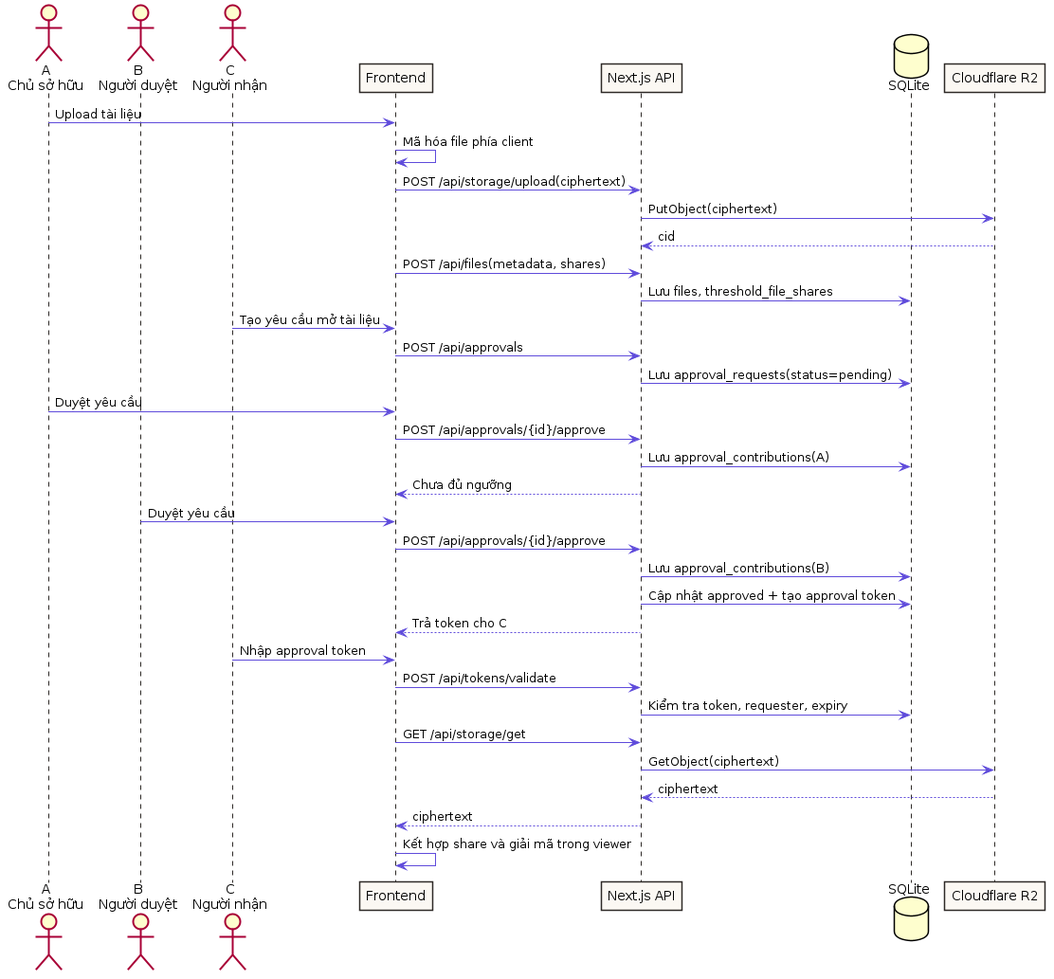
Before: report/report_latex/diagrams/approval-sequence.png, a diagram exported from PlantUML (Poicitaco/WEB3demo). Its source is kept beside it as report/report_latex/diagrams/approval-sequence.puml.
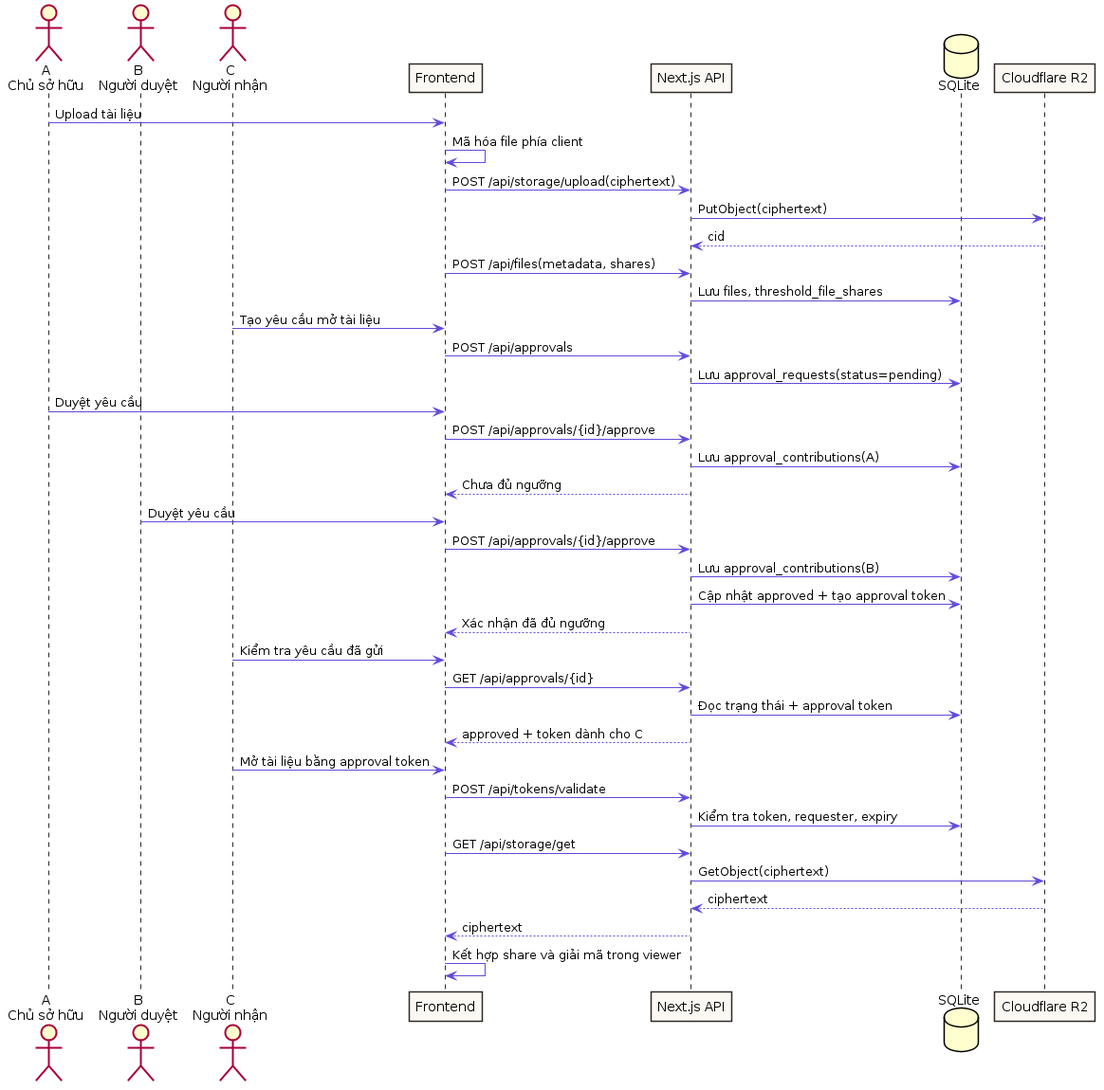
After the change.

Change to the diagram source:
```diff
@@ -37,9 +37,13 @@
 FE -> API : POST /api/approvals/{id}/approve
 API -> DB : Lưu approval_contributions(B)
 API -> DB : Cập nhật approved + tạo approval token
-API --> FE : Trả token cho C
+API --> FE : Xác nhận đã đủ ngưỡng
 
-C -> FE : Nhập approval token
+C -> FE : Kiểm tra yêu cầu đã gửi
+FE -> API : GET /api/approvals/{id}
+API -> DB : Đọc trạng thái + approval token
+API --> FE : approved + token dành cho C
+C -> FE : Mở tài liệu bằng approval token
 FE -> API : POST /api/tokens/validate
 API -> DB : Kiểm tra token, requester, expiry
 FE -> API : GET /api/storage/get
```
